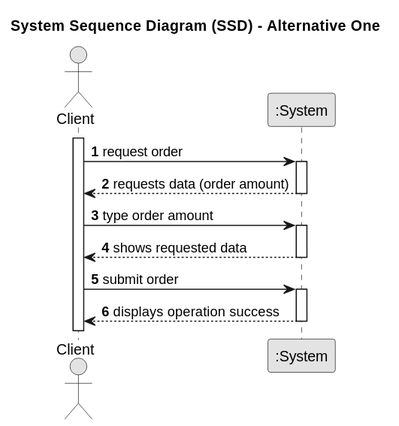
The PlantUML diagram docs/sprintC/us010/01.requirements-engineering/svg/us010-system-sequence-diagram.svg in rita-barbosa/LAPR2-2223, before a commit.
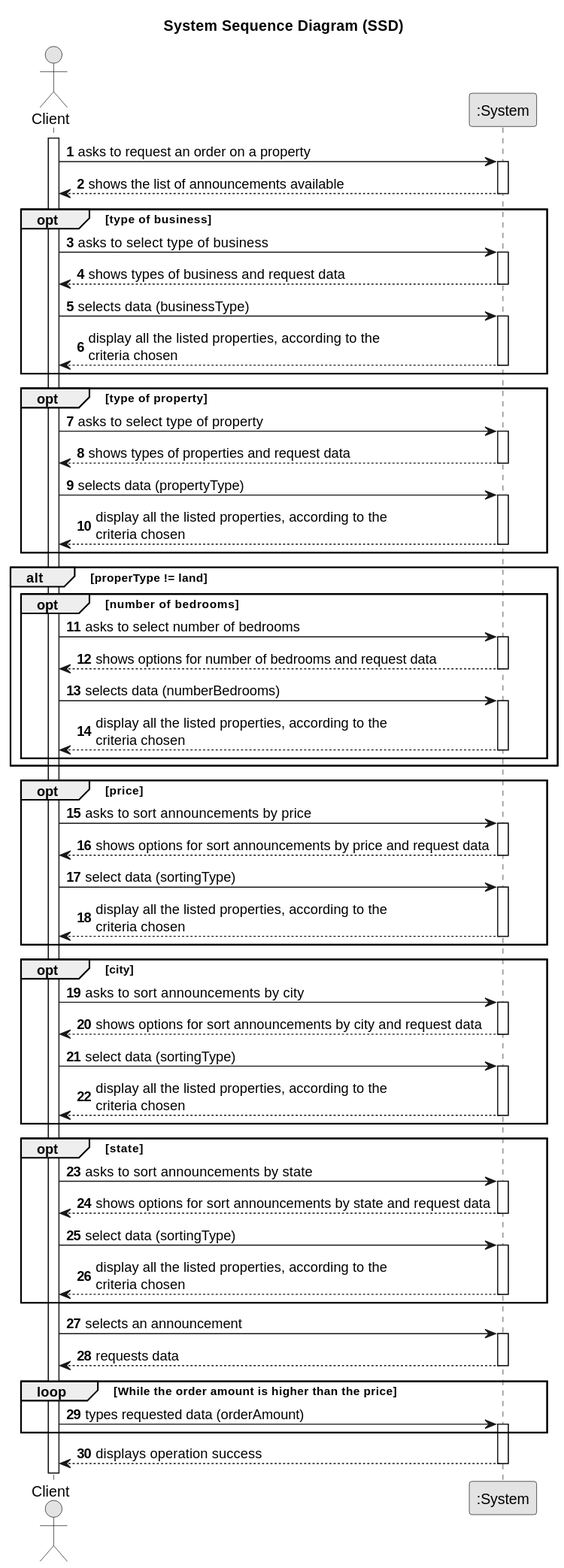
After the commit.

The edit, as a diff of the source:
```diff
@@ -3,7 +3,7 @@
 skinparam packageStyle rectangle
 skinparam shadowing false
 
-title System Sequence Diagram (SSD) - Alternative One
+title System Sequence Diagram (SSD)
 
 autonumber
 
@@ -12,21 +12,116 @@
 
 activate Client
 
-    Client -> System : request order
-    activate System
+    Client -> System : asks to request an order on a property
+               activate System
 
-        System --> Client : requests data (order amount)
-    deactivate System
+           System --> Client : shows the list of announcements available
+               deactivate System
 
-    Client -> System : type order amount
-    activate System
+           opt type of business
+                   Client -> System : asks to select type of business
+                   activate System
 
-        System --> Client : shows requested data
-    deactivate System
+                   System --> Client : shows types of business and request data
+                   deactivate System
 
-    Client -> System : submit order
-    activate System
+                   Client -> System : selects data (businessType)
+                   activate System
 
-        System --> Client : displays operation success
-    deactivate System
+                   System --> Client : display all the listed properties, according to the \ncriteria chosen
+                   deactivate System
+               end
+
+               opt type of property
+                   Client -> System : asks to select type of property
+                   activate System
+
+                   System --> Client : shows types of properties and request data
+                   deactivate System
+
+                   Client -> System : selects data (propertyType)
+                   activate System
+
+                   System --> Client : display all the listed properties, according to the \ncriteria chosen
+                   deactivate System
+               end
+
+               alt properType != land
+
+                   opt number of bedrooms
+                       Client -> System : asks to select number of bedrooms
+                       activate System
+
+                       System --> Client : shows options for number of bedrooms and request data
+                       deactivate System
+
+                       Client -> System : selects data (numberBedrooms)
+                       activate System
+
+                       System --> Client : display all the listed properties, according to the \ncriteria chosen
+                       deactivate System
+                   end
+
+               end
+
+               opt price
+                   Client -> System : asks to sort announcements by price
+                   activate System
+
+                   System --> Client : shows options for sort announcements by price and request data
+                   deactivate System
+
+                   Client -> System : select data (sortingType)
+                   activate System
+
+                   System --> Client : display all the listed properties, according to the \ncriteria chosen
+                   deactivate System
+               end
+
+               opt city
+                   Client -> System : asks to sort announcements by city
+                   activate System
+
+                   System --> Client : shows options for sort announcements by city and request data
+                   deactivate System
+
+                   Client -> System : select data (sortingType)
+                   activate System
+
+                   System --> Client : display all the listed properties, according to the \ncriteria chosen
+                   deactivate System
+               end
+
+               opt state
+                   Client -> System : asks to sort announcements by state
+                   activate System
+
+                   System --> Client :  shows options for sort announcements by state and request data
+                   deactivate System
+
+                   Client -> System : select data (sortingType)
+                   activate System
+
+                   System --> Client : display all the listed properties, according to the \ncriteria chosen
+                   deactivate System
+               end
+
+           Client -> System : selects an announcement
+               activate System
+
+           System --> Client : requests data
+               deactivate System
+
+           loop While the order amount is higher than the price
+
+           Client -> System : types requested data (orderAmount)
+               activate System
+
+           end loop
+
+           System --> Client : displays operation success
+               deactivate System
+
+
+
 @enduml
```
